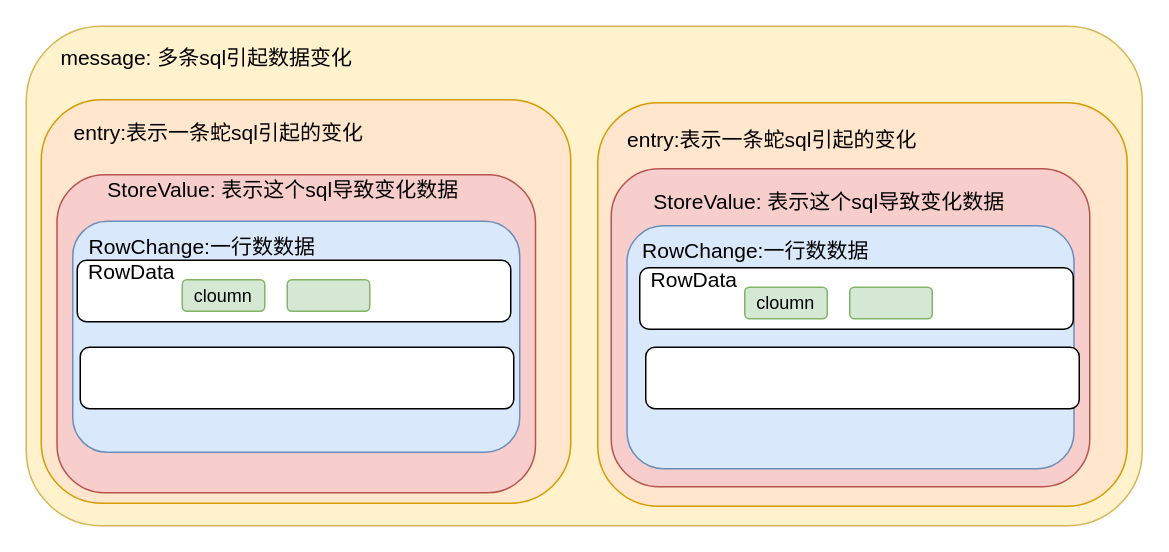
zhenchao125/gmall1128 keeps this draw.io diagram as page "canal数据封装" (5 of 5) of 笔记/绘图.drawio. Above is the earlier version. Source tidied: cells renumbered, new cells numbered last; positions are measured from the earlier drawing's top-left corner, leaving out a move shared by most shapes. Both pictures are drawn from the tidied source at 150%, with x=0, y=0 at pixel (26, 26).
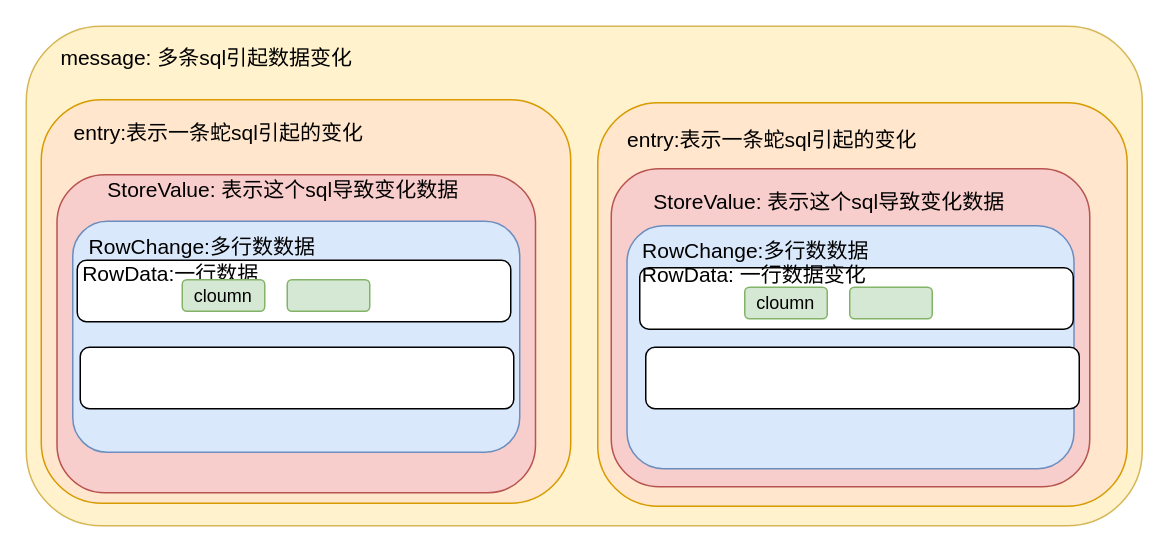
After the change.

The edit, as a diff of the source:
```diff
@@
-    <mxCell id="13" value="&lt;span style=&quot;font-size: 14px&quot;&gt;RowChange:一行数数据&lt;/span&gt;" style="text;html=1;align=center;verticalAlign=middle;" parent="1" vertex="1">
+    <mxCell id="13" value="&lt;span style=&quot;font-size: 14px&quot;&gt;RowChange:多行数数据&lt;/span&gt;" style="text;html=1;align=center;verticalAlign=middle;" parent="1" vertex="1">
       <mxGeometry x="36" y="137" width="161" height="19" as="geometry" />
     </mxCell>
@@
-    <mxCell id="15" value="&lt;span style=&quot;font-size: 14px&quot;&gt;RowChange:一行数数据&lt;/span&gt;" style="text;html=1;align=center;verticalAlign=middle;" parent="1" vertex="1">
+    <mxCell id="15" value="&lt;span style=&quot;font-size: 14px&quot;&gt;RowChange:多行数数据&lt;/span&gt;" style="text;html=1;align=center;verticalAlign=middle;" parent="1" vertex="1">
       <mxGeometry x="405.5" y="140" width="161" height="19" as="geometry" />
     </mxCell>
@@
-    <mxCell id="17" value="&lt;span style=&quot;font-size: 14px&quot;&gt;RowData&lt;/span&gt;" style="text;html=1;align=center;verticalAlign=middle;" parent="1" vertex="1">
-      <mxGeometry x="36" y="154" width="68" height="19" as="geometry" />
+    <mxCell id="17" value="&lt;span style=&quot;font-size: 14px&quot;&gt;RowData:一行数据&lt;/span&gt;" style="text;html=1;align=center;verticalAlign=middle;" parent="1" vertex="1">
+      <mxGeometry x="32" y="155" width="127" height="19" as="geometry" />
     </mxCell>
@@
-    <mxCell id="21" value="&lt;span style=&quot;font-size: 14px&quot;&gt;RowData&lt;/span&gt;" style="text;html=1;align=center;verticalAlign=middle;" parent="1" vertex="1">
-      <mxGeometry x="411" y="159" width="68" height="19" as="geometry" />
+    <mxCell id="21" value="&lt;span style=&quot;font-size: 14px&quot;&gt;RowData: 一行数据变化&lt;/span&gt;" style="text;html=1;align=center;verticalAlign=middle;" parent="1" vertex="1">
+      <mxGeometry x="405.5" y="156" width="159" height="19" as="geometry" />
     </mxCell>
```
